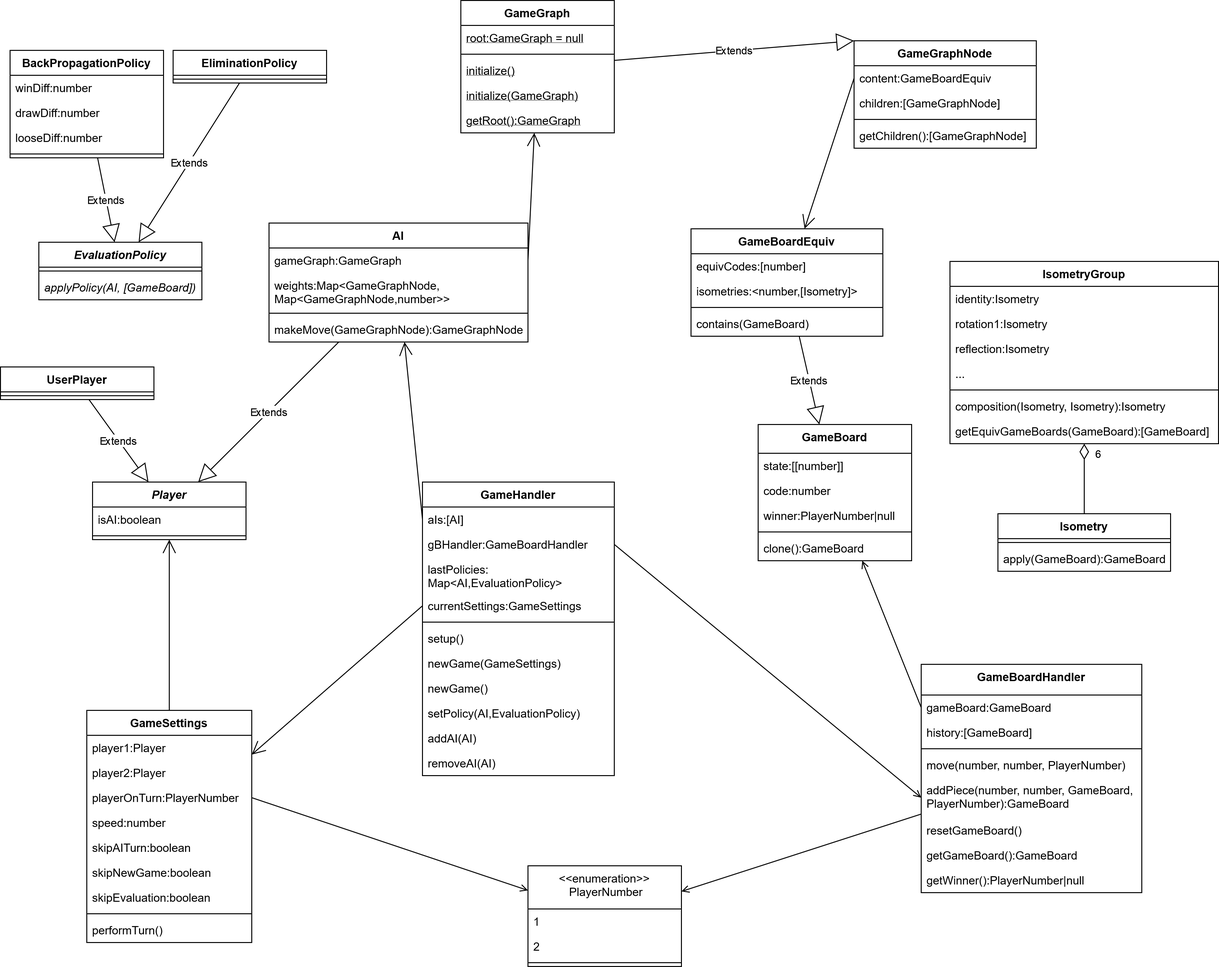
Earlier version of the draw.io export ProductBacklog/Klassendiagramme/Planung.png (idlaviV/TIKTacToe). Source tidied: cells renumbered, new cells last; positions are measured from the earlier drawing's top-left corner, leaving out a move shared by most shapes.
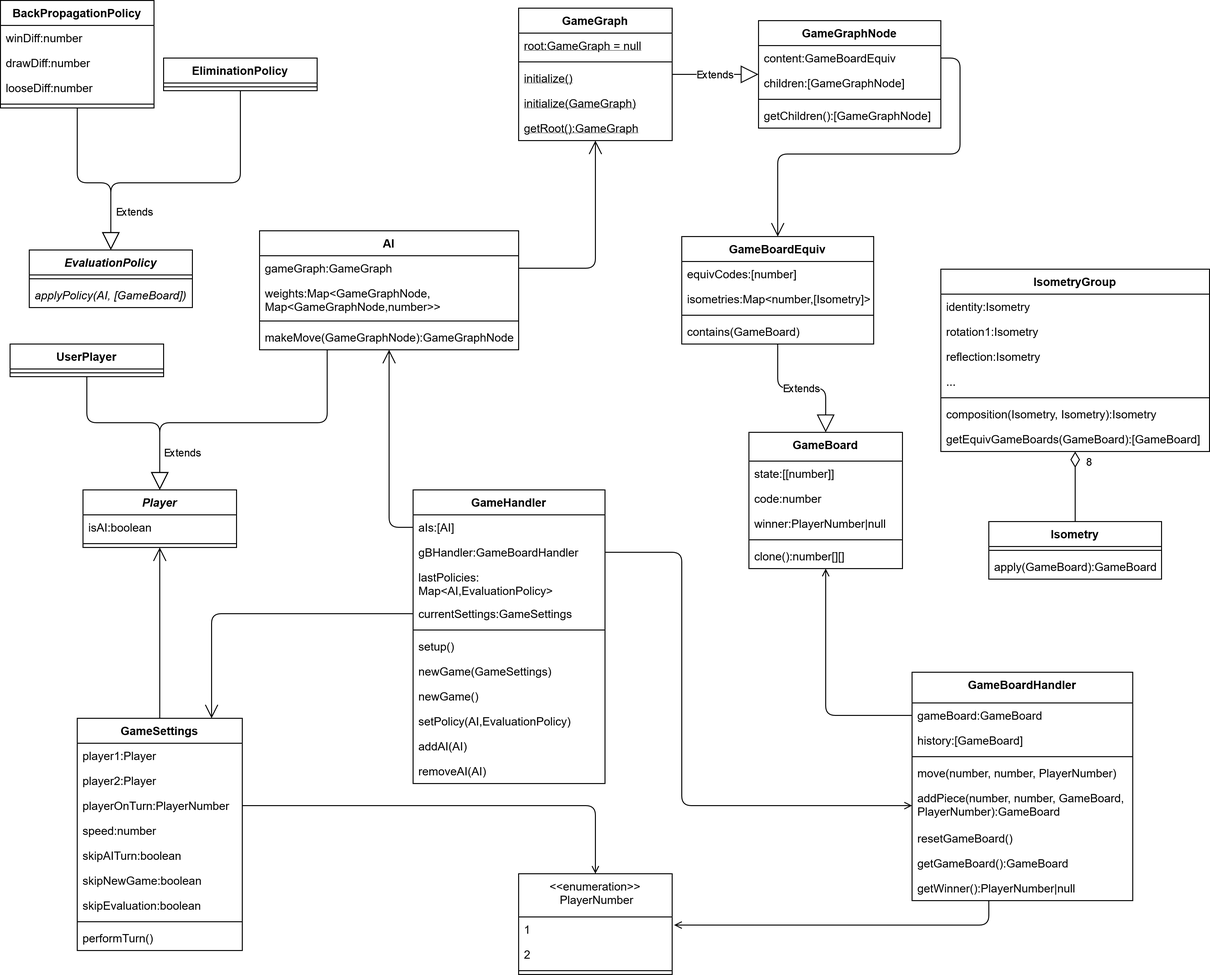
Above is the later version.

Commit message:
Klassendiagramme in PBlog aktualisiert

What changed in the source:
```diff
@@ -17,11 +17,16 @@
     <mxCell id="6" style="line;html=1;strokeWidth=1;align=left;verticalAlign=middle;spacingTop=-1;spacingLeft=3;spacingRight=3;labelPosition=right;" parent="2" vertex="1">
       <mxGeometry y="108" width="160" height="8" as="geometry" />
     </mxCell>
-    <mxCell id="7" value="clone():GameBoard" style="text;align=left;verticalAlign=top;spacingLeft=4;spacingRight=4;overflow=hidden;fontStyle=0;" parent="2" vertex="1">
+    <mxCell id="7" value="clone():number[][]" style="text;align=left;verticalAlign=top;spacingLeft=4;spacingRight=4;overflow=hidden;fontStyle=0;" parent="2" vertex="1">
       <mxGeometry y="116" width="160" height="26" as="geometry" />
     </mxCell>
-    <mxCell id="8" style="edgeStyle=none;html=1;startArrow=open;startFill=0;endArrow=none;endFill=0;entryX=1;entryY=0.5;entryDx=0;entryDy=0;exitX=0;exitY=0.5;exitDx=0;exitDy=0;" parent="1" edge="1" source="14" target="93">
-      <mxGeometry relative="1" as="geometry" />
+    <mxCell id="8" style="html=1;startArrow=open;startFill=0;endArrow=none;endFill=0;entryX=1;entryY=0.5;entryDx=0;entryDy=0;edgeStyle=orthogonalEdgeStyle;" parent="1" edge="1" source="9" target="93">
+      <mxGeometry relative="1" as="geometry">
+        <Array as="points">
+          <mxPoint x="720" y="831" />
+          <mxPoint x="720" y="567" />
+        </Array>
+      </mxGeometry>
     </mxCell>
     <mxCell id="9" value="GameBoardHandler" style="swimlane;fontStyle=1;align=center;verticalAlign=top;horizontal=1;startSize=32;rounded=0;shadow=0;strokeWidth=1;" parent="1" vertex="1">
       <mxGeometry x="960" y="692" width="230" height="238" as="geometry" />
@@ -62,14 +67,19 @@
     <mxCell id="21" style="line;html=1;strokeWidth=1;align=left;verticalAlign=middle;spacingTop=-1;spacingLeft=3;spacingRight=3;labelPosition=right;" parent="18" vertex="1">
       <mxGeometry y="97" width="160" height="8" as="geometry" />
     </mxCell>
-    <mxCell id="22" style="endArrow=none;html=1;entryX=0;entryY=0.5;entryDx=0;entryDy=0;startArrow=open;startFill=0;" parent="1" edge="1" source="2" target="10">
+    <mxCell id="22" style="endArrow=none;html=1;entryX=0;entryY=0.5;entryDx=0;entryDy=0;startArrow=open;startFill=0;edgeStyle=orthogonalEdgeStyle;" parent="1" edge="1" source="2" target="10">
       <mxGeometry relative="1" as="geometry" />
     </mxCell>
-    <mxCell id="23" style="endArrow=none;html=1;endFill=0;startArrow=open;startFill=0;" parent="1" edge="1" source="18" target="9">
-      <mxGeometry relative="1" as="geometry" />
+    <mxCell id="23" style="endArrow=none;html=1;endFill=0;startArrow=open;startFill=0;edgeStyle=orthogonalEdgeStyle;" parent="1" edge="1" target="9">
+      <mxGeometry relative="1" as="geometry">
+        <mxPoint x="712" y="955.5" as="sourcePoint" />
+        <Array as="points">
+          <mxPoint x="1040" y="956" />
+        </Array>
+      </mxGeometry>
     </mxCell>
     <mxCell id="24" value="GameGraphNode" style="swimlane;fontStyle=1;align=center;verticalAlign=top;horizontal=1;startSize=26;" parent="1" vertex="1">
-      <mxGeometry x="890" y="42" width="190" height="112" as="geometry" />
+      <mxGeometry x="800" y="13" width="190" height="112" as="geometry" />
     </mxCell>
     <mxCell id="25" value="content:GameBoardEquiv" style="text;strokeColor=none;fillColor=none;align=left;verticalAlign=top;spacingLeft=4;spacingRight=4;overflow=hidden;points=[[0,0.5],[1,0.5]];portConstraint=eastwest;" parent="24" vertex="1">
       <mxGeometry y="26" width="190" height="26" as="geometry" />
@@ -89,7 +99,7 @@
     <mxCell id="30" value="equivCodes:[number]" style="text;strokeColor=none;fillColor=none;align=left;verticalAlign=top;spacingLeft=4;spacingRight=4;overflow=hidden;" parent="29" vertex="1">
       <mxGeometry y="26" width="200" height="26" as="geometry" />
     </mxCell>
-    <mxCell id="31" value="isometries:&lt;number,[Isometry]&gt;" style="text;strokeColor=none;fillColor=none;align=left;verticalAlign=top;spacingLeft=4;spacingRight=4;overflow=hidden;" parent="29" vertex="1">
+    <mxCell id="31" value="isometries:Map&lt;number,[Isometry]&gt;" style="text;strokeColor=none;fillColor=none;align=left;verticalAlign=top;spacingLeft=4;spacingRight=4;overflow=hidden;" parent="29" vertex="1">
       <mxGeometry y="52" width="200" height="26" as="geometry" />
     </mxCell>
     <mxCell id="32" style="line;strokeWidth=1;fillColor=none;align=left;verticalAlign=middle;spacingTop=-1;spacingLeft=3;spacingRight=3;labelPosition=right;strokeColor=inherit;" parent="29" vertex="1">
@@ -98,7 +108,7 @@
     <mxCell id="33" value="contains(GameBoard)" style="text;strokeColor=none;fillColor=none;align=left;verticalAlign=top;spacingLeft=4;spacingRight=4;overflow=hidden;" parent="29" vertex="1">
       <mxGeometry y="86" width="200" height="26" as="geometry" />
     </mxCell>
-    <mxCell id="34" value="Extends" style="endArrow=block;endSize=16;endFill=0;html=1;" parent="1" edge="1" source="29" target="2">
+    <mxCell id="34" value="Extends" style="endArrow=block;endSize=16;endFill=0;html=1;edgeStyle=orthogonalEdgeStyle;" parent="1" edge="1" source="29" target="2">
       <mxGeometry relative="1" as="geometry" />
     </mxCell>
     <mxCell id="35" value="IsometryGroup" style="swimlane;fontStyle=1;align=center;verticalAlign=top;horizontal=1;startSize=26;" parent="1" vertex="1">
@@ -134,14 +144,20 @@
     <mxCell id="45" value="apply(GameBoard):GameBoard" style="text;strokeColor=none;fillColor=none;align=left;verticalAlign=top;spacingLeft=4;spacingRight=4;overflow=hidden;" parent="43" vertex="1">
       <mxGeometry y="34" width="180" height="26" as="geometry" />
     </mxCell>
-    <mxCell id="46" value="6" style="endArrow=none;html=1;endSize=12;startArrow=diamondThin;startSize=14;startFill=0;edgeStyle=orthogonalEdgeStyle;align=left;verticalAlign=bottom;endFill=0;" parent="1" edge="1" source="35" target="43">
+    <mxCell id="46" value="8" style="endArrow=none;html=1;endSize=12;startArrow=diamondThin;startSize=14;startFill=0;edgeStyle=orthogonalEdgeStyle;align=left;verticalAlign=bottom;endFill=0;" parent="1" edge="1" source="35" target="43">
       <mxGeometry x="-0.45" y="10" relative="1" as="geometry" />
     </mxCell>
-    <mxCell id="47" style="endArrow=open;endFill=1;endSize=12;html=1;exitX=0;exitY=0.5;exitDx=0;exitDy=0;" parent="1" edge="1" source="25" target="29">
-      <mxGeometry relative="1" as="geometry" />
+    <mxCell id="47" style="endArrow=open;endFill=1;endSize=12;html=1;exitX=1;exitY=0.5;exitDx=0;exitDy=0;edgeStyle=orthogonalEdgeStyle;" parent="1" edge="1" source="25" target="29">
+      <mxGeometry relative="1" as="geometry">
+        <Array as="points">
+          <mxPoint x="1010" y="52" />
+          <mxPoint x="1010" y="152" />
+          <mxPoint x="820" y="152" />
+        </Array>
+      </mxGeometry>
     </mxCell>
     <mxCell id="48" value="GameGraph" style="swimlane;fontStyle=1;align=center;verticalAlign=top;horizontal=1;startSize=26;" parent="1" vertex="1">
-      <mxGeometry x="480" width="160" height="138" as="geometry" />
+      <mxGeometry x="550" width="160" height="138" as="geometry" />
     </mxCell>
     <mxCell id="49" value="root:GameGraph = null" style="text;strokeColor=none;fillColor=none;align=left;verticalAlign=top;spacingLeft=4;spacingRight=4;overflow=hidden;fontStyle=4;" parent="48" vertex="1">
       <mxGeometry y="26" width="160" height="26" as="geometry" />
@@ -158,7 +174,7 @@
     <mxCell id="53" value="getRoot():GameGraph" style="text;strokeColor=none;fillColor=none;align=left;verticalAlign=top;spacingLeft=4;spacingRight=4;overflow=hidden;fontStyle=4;" parent="48" vertex="1">
       <mxGeometry y="112" width="160" height="26" as="geometry" />
     </mxCell>
-    <mxCell id="54" value="Extends" style="endArrow=block;endSize=16;endFill=0;html=1;entryX=0;entryY=0;entryDx=0;entryDy=0;" parent="1" edge="1" source="48" target="24">
+    <mxCell id="54" value="Extends" style="endArrow=block;endSize=16;endFill=0;html=1;edgeStyle=orthogonalEdgeStyle;" parent="1" edge="1" source="48" target="24">
       <mxGeometry relative="1" as="geometry" />
     </mxCell>
     <mxCell id="55" value="AI" style="swimlane;fontStyle=1;align=center;verticalAlign=top;horizontal=1;startSize=26;" parent="1" vertex="1">
@@ -176,8 +192,12 @@
     <mxCell id="59" value="makeMove(GameGraphNode):GameGraphNode" style="text;strokeColor=none;fillColor=none;align=left;verticalAlign=top;spacingLeft=4;spacingRight=4;overflow=hidden;points=[[0,0.5],[1,0.5]];portConstraint=eastwest;" parent="55" vertex="1">
       <mxGeometry y="98" width="270" height="26" as="geometry" />
     </mxCell>
-    <mxCell id="60" style="endArrow=open;endFill=1;endSize=12;html=1;exitX=1;exitY=0.5;exitDx=0;exitDy=0;" parent="1" edge="1" source="56" target="48">
-      <mxGeometry relative="1" as="geometry" />
+    <mxCell id="60" style="endArrow=open;endFill=1;endSize=12;html=1;exitX=1;exitY=0.5;exitDx=0;exitDy=0;edgeStyle=orthogonalEdgeStyle;" parent="1" edge="1" source="56" target="48">
+      <mxGeometry relative="1" as="geometry">
+        <Array as="points">
+          <mxPoint x="630" y="271" />
+        </Array>
+      </mxGeometry>
     </mxCell>
     <mxCell id="61" value="EvaluationPolicy" style="swimlane;fontStyle=3;align=center;verticalAlign=top;horizontal=1;startSize=26;" parent="1" vertex="1">
       <mxGeometry x="40" y="252" width="170" height="60" as="geometry" />
@@ -194,11 +214,8 @@
     <mxCell id="65" style="line;strokeWidth=1;fillColor=none;align=left;verticalAlign=middle;spacingTop=-1;spacingLeft=3;spacingRight=3;labelPosition=right;strokeColor=inherit;" parent="64" vertex="1">
       <mxGeometry y="26" width="160" height="8" as="geometry" />
     </mxCell>
-    <mxCell id="66" value="Extends" style="endArrow=block;endSize=16;endFill=0;html=1;" parent="1" edge="1" source="64" target="61">
-      <mxGeometry relative="1" as="geometry" />
-    </mxCell>
     <mxCell id="67" value="BackPropagationPolicy" style="swimlane;fontStyle=1;align=center;verticalAlign=top;horizontal=1;startSize=26;" parent="1" vertex="1">
-      <mxGeometry x="10" y="52" width="160" height="112" as="geometry" />
+      <mxGeometry x="10" y="-8" width="160" height="112" as="geometry" />
     </mxCell>
     <mxCell id="68" value="winDiff:number" style="text;strokeColor=none;fillColor=none;align=left;verticalAlign=top;spacingLeft=4;spacingRight=4;overflow=hidden;" parent="67" vertex="1">
       <mxGeometry y="26" width="160" height="26" as="geometry" />
@@ -212,8 +229,21 @@
     <mxCell id="71" style="line;strokeWidth=1;fillColor=none;align=left;verticalAlign=middle;spacingTop=-1;spacingLeft=3;spacingRight=3;labelPosition=right;strokeColor=inherit;" parent="67" vertex="1">
       <mxGeometry y="104" width="160" height="8" as="geometry" />
     </mxCell>
+    <mxCell id="66" value="Extends" style="endArrow=block;endSize=16;endFill=0;html=1;edgeStyle=orthogonalEdgeStyle;elbow=vertical;" parent="1" edge="1" source="64" target="61">
+      <mxGeometry x="0.73" y="25" relative="1" as="geometry">
+        <Array as="points">
+          <mxPoint x="260" y="182" />
+          <mxPoint x="125" y="182" />
+        </Array>
+      </mxGeometry>
+    </mxCell>
-    <mxCell id="72" value="Extends" style="endArrow=block;endSize=16;endFill=0;html=1;" parent="1" edge="1" source="67" target="61">
-      <mxGeometry relative="1" as="geometry" />
+    <mxCell id="72" style="endArrow=block;endSize=16;endFill=0;html=1;edgeStyle=orthogonalEdgeStyle;elbow=vertical;" parent="1" edge="1" source="67" target="61">
+      <mxGeometry x="-0.26" y="-20" relative="1" as="geometry">
+        <Array as="points">
+          <mxPoint x="90" y="182" />
+          <mxPoint x="125" y="182" />
+        </Array>
+      </mxGeometry>
     </mxCell>
     <mxCell id="73" value="GameSettings" style="swimlane;fontStyle=1;align=center;verticalAlign=top;horizontal=1;startSize=26;" parent="1" vertex="1">
       <mxGeometry x="90" y="740" width="172" height="242" as="geometry" />
@@ -254,20 +284,30 @@
     <mxCell id="85" style="line;strokeWidth=1;fillColor=none;align=left;verticalAlign=middle;spacingTop=-1;spacingLeft=3;spacingRight=3;labelPosition=right;strokeColor=inherit;" parent="83" vertex="1">
       <mxGeometry y="52" width="160" height="8" as="geometry" />
     </mxCell>
-    <mxCell id="86" value="Extends" style="endArrow=block;endSize=16;endFill=0;html=1;" parent="1" edge="1" source="55" target="83">
-      <mxGeometry relative="1" as="geometry" />
+    <mxCell id="86" value="Extends" style="endArrow=block;endSize=16;endFill=0;html=1;edgeStyle=orthogonalEdgeStyle;elbow=vertical;exitX=0.261;exitY=0.994;exitDx=0;exitDy=0;exitPerimeter=0;" parent="1" edge="1" source="59" target="83">
+      <mxGeometry x="0.75" y="24" relative="1" as="geometry">
+        <Array as="points">
+          <mxPoint x="351" y="432" />
+          <mxPoint x="176" y="432" />
+        </Array>
+        <mxPoint y="1" as="offset" />
+      </mxGeometry>
     </mxCell>
-    <mxCell id="87" style="endArrow=open;endFill=1;endSize=12;html=1;exitX=0;exitY=0.5;exitDx=0;exitDy=0;" parent="1" edge="1" source="92" target="55">
+    <mxCell id="87" style="endArrow=open;endFill=1;endSize=12;html=1;exitX=0;exitY=0.5;exitDx=0;exitDy=0;edgeStyle=orthogonalEdgeStyle;" parent="1" edge="1" source="92" target="55">
       <mxGeometry relative="1" as="geometry" />
     </mxCell>
     <mxCell id="88" style="endArrow=open;endFill=1;endSize=12;html=1;" parent="1" edge="1" source="73" target="83">
       <mxGeometry relative="1" as="geometry" />
     </mxCell>
-    <mxCell id="89" style="edgeStyle=none;html=1;startArrow=open;startFill=0;endArrow=none;endFill=0;entryX=1;entryY=0.5;entryDx=0;entryDy=0;" parent="1" edge="1" source="18" target="76">
+    <mxCell id="89" style="edgeStyle=orthogonalEdgeStyle;html=1;startArrow=open;startFill=0;endArrow=none;endFill=0;entryX=1;entryY=0.5;entryDx=0;entryDy=0;" parent="1" edge="1" source="18" target="76">
       <mxGeometry relative="1" as="geometry" />
     </mxCell>
-    <mxCell id="90" style="endArrow=open;endFill=1;endSize=12;html=1;exitX=0;exitY=0.5;exitDx=0;exitDy=0;" parent="1" edge="1" source="95" target="73">
-      <mxGeometry relative="1" as="geometry" />
+    <mxCell id="90" style="endArrow=open;endFill=1;endSize=12;html=1;exitX=0;exitY=0.5;exitDx=0;exitDy=0;edgeStyle=orthogonalEdgeStyle;" parent="1" edge="1" source="95" target="73">
+      <mxGeometry relative="1" as="geometry">
+        <Array as="points">
+          <mxPoint x="230" y="631" />
+        </Array>
+      </mxGeometry>
     </mxCell>
     <mxCell id="91" value="GameHandler" style="swimlane;fontStyle=1;align=center;verticalAlign=top;horizontal=1;startSize=26;labelBackgroundColor=default;fillStyle=auto;" parent="1" vertex="1">
       <mxGeometry x="440" y="502" width="200" height="306" as="geometry" />
@@ -306,13 +346,18 @@
       <mxGeometry y="280" width="200" height="26" as="geometry" />
     </mxCell>
     <mxCell id="103" value="UserPlayer" style="swimlane;fontStyle=1;align=center;verticalAlign=top;horizontal=1;startSize=26;labelBackgroundColor=none;fillStyle=auto;" parent="1" vertex="1">
-      <mxGeometry y="382" width="160" height="34" as="geometry" />
+      <mxGeometry x="20" y="350" width="160" height="34" as="geometry" />
     </mxCell>
     <mxCell id="104" style="line;strokeWidth=1;fillColor=none;align=left;verticalAlign=middle;spacingTop=-1;spacingLeft=3;spacingRight=3;labelPosition=right;strokeColor=inherit;labelBackgroundColor=#FF3333;fillStyle=auto;" parent="103" vertex="1">
       <mxGeometry y="26" width="160" height="8" as="geometry" />
     </mxCell>
-    <mxCell id="105" value="Extends" style="endArrow=block;endSize=16;endFill=0;html=1;" parent="1" edge="1" source="103" target="83">
-      <mxGeometry relative="1" as="geometry" />
+    <mxCell id="105" style="endArrow=block;endSize=16;endFill=0;html=1;edgeStyle=orthogonalEdgeStyle;elbow=vertical;" parent="1" edge="1" source="103" target="83">
+      <mxGeometry relative="1" as="geometry">
+        <Array as="points">
+          <mxPoint x="100" y="432" />
+          <mxPoint x="176" y="432" />
+        </Array>
+      </mxGeometry>
     </mxCell>
   </root>
 </mxGraphModel>
```
